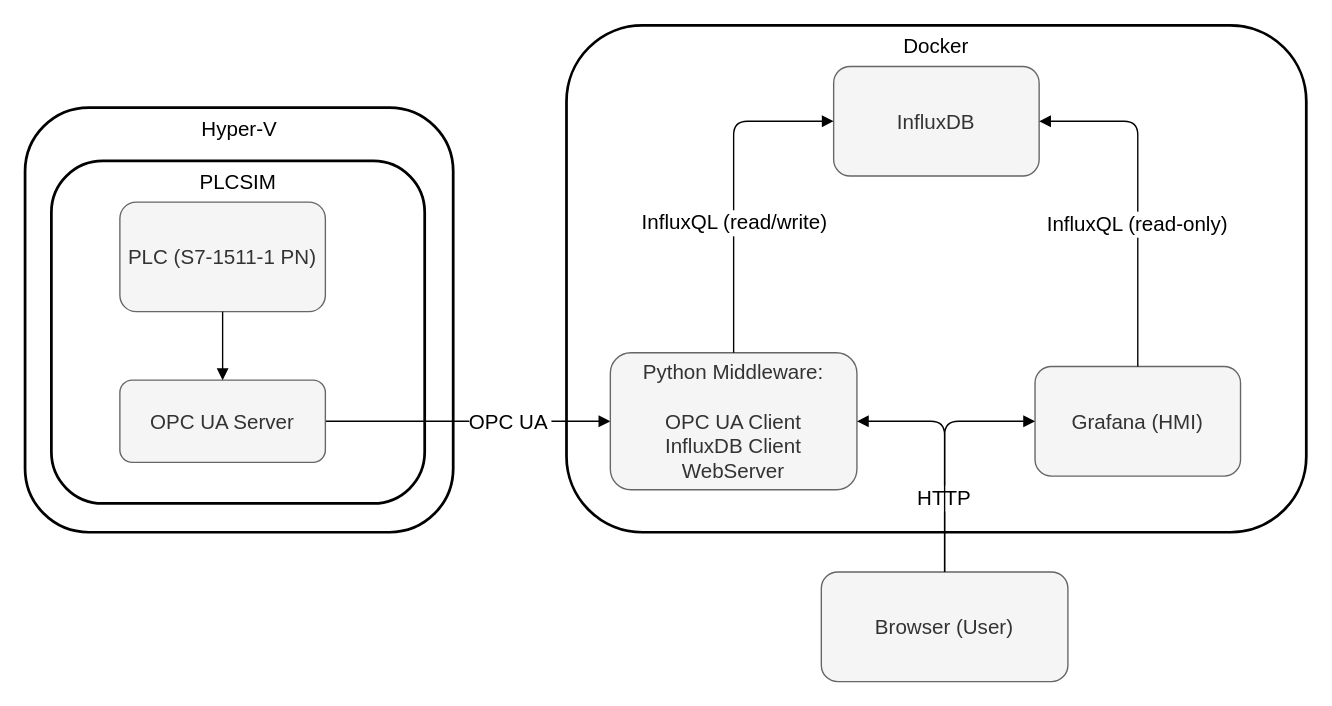
Above: report/diagrams/architecture.drawio in bachmak/robbi-hmi (draw.io), before the change. Source tidied: cells renumbered, new cells numbered last; positions are measured from the earlier drawing's top-left corner, leaving out a move shared by most shapes. Both pictures are drawn from the tidied source at 137%, with x=0, y=0 at pixel (25, 25).
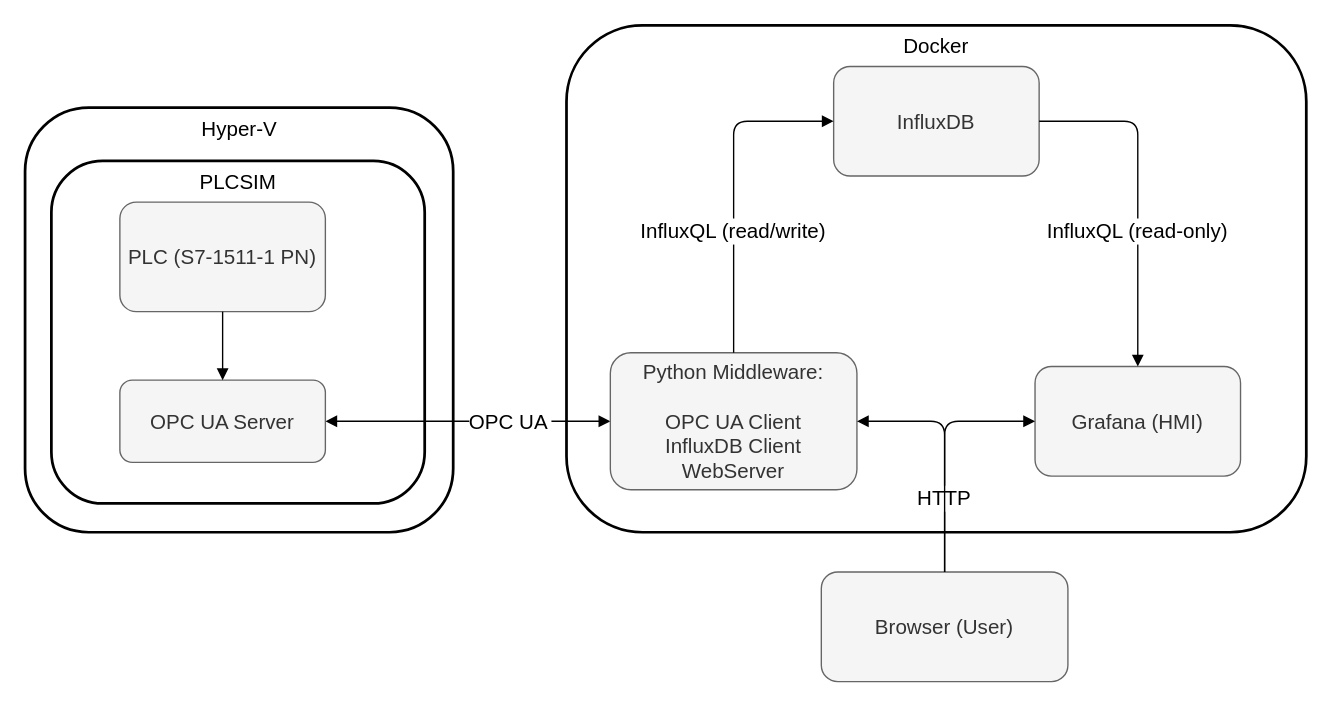
The same diagram, later.

Commit message (it also covers changes not shown here):
Report: describe python backend in details

What changed in the source:
```diff
@@
 <mxGraphModel>
   <root>
     <mxCell id="0" />
     <mxCell id="1" parent="0" />
     <mxCell id="2" value="Browser (User)" style="rounded=1;whiteSpace=wrap;html=1;fillColor=#f5f5f5;strokeColor=#666666;fontColor=#333333;fontSize=15;" parent="1" vertex="1">
       <mxGeometry x="581" y="399" width="180" height="80" as="geometry" />
     </mxCell>
     <mxCell id="3" value="Docker" style="rounded=1;whiteSpace=wrap;html=1;strokeWidth=2;align=center;verticalAlign=top;fillColor=none;fontSize=15;" parent="1" vertex="1">
       <mxGeometry x="395" width="540" height="370" as="geometry" />
     </mxCell>
-    <mxCell id="4" value="OPC UA" style="endArrow=block;exitX=1;exitY=0.5;exitDx=0;exitDy=0;entryX=0;entryY=0.5;entryDx=0;entryDy=0;edgeStyle=orthogonalEdgeStyle;fontSize=15;" parent="1" edge="1" source="14" target="6">
+    <mxCell id="4" value="OPC UA" style="endArrow=block;exitX=1;exitY=0.5;exitDx=0;exitDy=0;entryX=0;entryY=0.5;entryDx=0;entryDy=0;edgeStyle=orthogonalEdgeStyle;fontSize=15;startArrow=block;startFill=1;" parent="1" edge="1" source="14" target="6">
       <mxGeometry x="0.29" relative="1" as="geometry">
         <Array as="points">
           <mxPoint x="277" y="289" />
           <mxPoint x="277" y="289" />
         </Array>
       </mxGeometry>
     </mxCell>
     <mxCell id="5" value="InfluxDB" style="rounded=1;whiteSpace=wrap;html=1;fillColor=#f5f5f5;strokeColor=#666666;fontColor=#333333;fontSize=15;" parent="1" vertex="1">
       <mxGeometry x="590" y="30" width="150" height="80" as="geometry" />
     </mxCell>
     <mxCell id="6" value="Python Middleware:&lt;div&gt;&lt;br&gt;&lt;div&gt;OPC UA Client&lt;/div&gt;&lt;div&gt;InfluxDB Client&lt;/div&gt;&lt;div&gt;WebServer&lt;/div&gt;&lt;/div&gt;" style="rounded=1;whiteSpace=wrap;html=1;fillColor=#f5f5f5;strokeColor=#666666;fontColor=#333333;fontSize=15;" parent="1" vertex="1">
       <mxGeometry x="427" y="239" width="180" height="100" as="geometry" />
     </mxCell>
     <mxCell id="7" value="Grafana (HMI)" style="rounded=1;whiteSpace=wrap;html=1;fillColor=#f5f5f5;strokeColor=#666666;fontColor=#333333;fontSize=15;" parent="1" vertex="1">
       <mxGeometry x="737" y="249" width="150" height="80" as="geometry" />
     </mxCell>
-    <mxCell id="8" value="InfluxQL (read-only)" style="endArrow=block;exitX=0.5;exitY=0;exitDx=0;exitDy=0;edgeStyle=orthogonalEdgeStyle;entryX=1;entryY=0.5;entryDx=0;entryDy=0;fontSize=15;" parent="1" edge="1" source="7" target="5">
-      <mxGeometry x="-0.16" relative="1" as="geometry" />
+    <mxCell id="8" value="InfluxQL (read-only)" style="endArrow=block;exitX=1;exitY=0.5;exitDx=0;exitDy=0;edgeStyle=orthogonalEdgeStyle;entryX=0.5;entryY=0;entryDx=0;entryDy=0;fontSize=15;" parent="1" edge="1" source="5" target="7">
+      <mxGeometry x="0.2" relative="1" as="geometry" />
     </mxCell>
     <mxCell id="9" value="HTTP" style="endArrow=block;exitX=0.5;exitY=0;exitDx=0;exitDy=0;edgeStyle=orthogonalEdgeStyle;entryX=0;entryY=0.5;entryDx=0;entryDy=0;fontSize=15;" parent="1" edge="1" source="2" target="7">
       <mxGeometry x="-0.37" relative="1" as="geometry" />
     </mxCell>
     <mxCell id="10" style="endArrow=block;exitX=0.5;exitY=0;exitDx=0;exitDy=0;edgeStyle=orthogonalEdgeStyle;entryX=1;entryY=0.5;entryDx=0;entryDy=0;fontSize=15;" parent="1" edge="1" source="2" target="6">
       <mxGeometry relative="1" as="geometry" />
     </mxCell>
     <mxCell id="11" value="InfluxQL (read/write)" style="endArrow=block;exitX=0.5;exitY=0;exitDx=0;exitDy=0;edgeStyle=orthogonalEdgeStyle;entryX=0;entryY=0.5;entryDx=0;entryDy=0;fontSize=15;" parent="1" edge="1" source="6" target="5">
-      <mxGeometry x="-0.21" y="-1" relative="1" as="geometry" />
+      <mxGeometry x="-0.26" relative="1" as="geometry" />
     </mxCell>
     <mxCell id="12" style="group;fontSize=15;" parent="1" vertex="1">
       <mxGeometry x="19" y="69" width="400" height="310" as="geometry" />
     </mxCell>
     <mxCell id="13" value="PLCSIM" style="rounded=1;whiteSpace=wrap;html=1;strokeWidth=2;verticalAlign=top;fillColor=none;fontSize=15;" parent="12" vertex="1">
       <mxGeometry y="30" width="272.5" height="250" as="geometry" />
     </mxCell>
     <mxCell id="14" value="OPC UA Server" style="rounded=1;whiteSpace=wrap;html=1;fillColor=#f5f5f5;fontColor=#333333;strokeColor=#666666;fontSize=15;" parent="13" vertex="1">
       <mxGeometry x="50" y="160" width="150" height="60" as="geometry" />
     </mxCell>
     <mxCell id="15" value="PLC (S7-1511-1 PN)" style="rounded=1;whiteSpace=wrap;html=1;fillColor=#f5f5f5;fontColor=#333333;strokeColor=#666666;fontSize=15;" parent="13" vertex="1">
       <mxGeometry x="50" y="30" width="150" height="80" as="geometry" />
     </mxCell>
     <mxCell id="16" style="endArrow=block;edgeStyle=orthogonalEdgeStyle;exitX=0.5;exitY=1;exitDx=0;exitDy=0;entryX=0.5;entryY=0;entryDx=0;entryDy=0;fontSize=15;" parent="13" edge="1" source="15" target="14">
       <mxGeometry relative="1" as="geometry" />
     </mxCell>
     <mxCell id="17" value="Hyper-V" style="rounded=1;whiteSpace=wrap;html=1;strokeWidth=2;verticalAlign=top;fillColor=none;fontSize=15;" parent="12" vertex="1">
       <mxGeometry x="-19.2" y="-9" width="312.5" height="310" as="geometry" />
     </mxCell>
   </root>
 </mxGraphModel>
```
